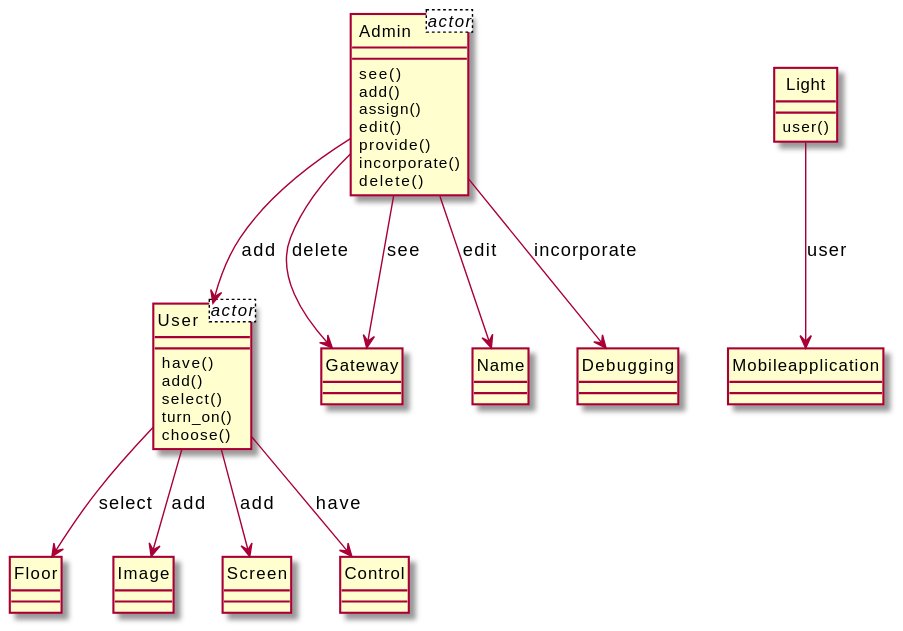
The PlantUML diagram output/diagram_5/2014-USC-Project13.svg in xixixhalu/DomainModelExtractor, before a commit.
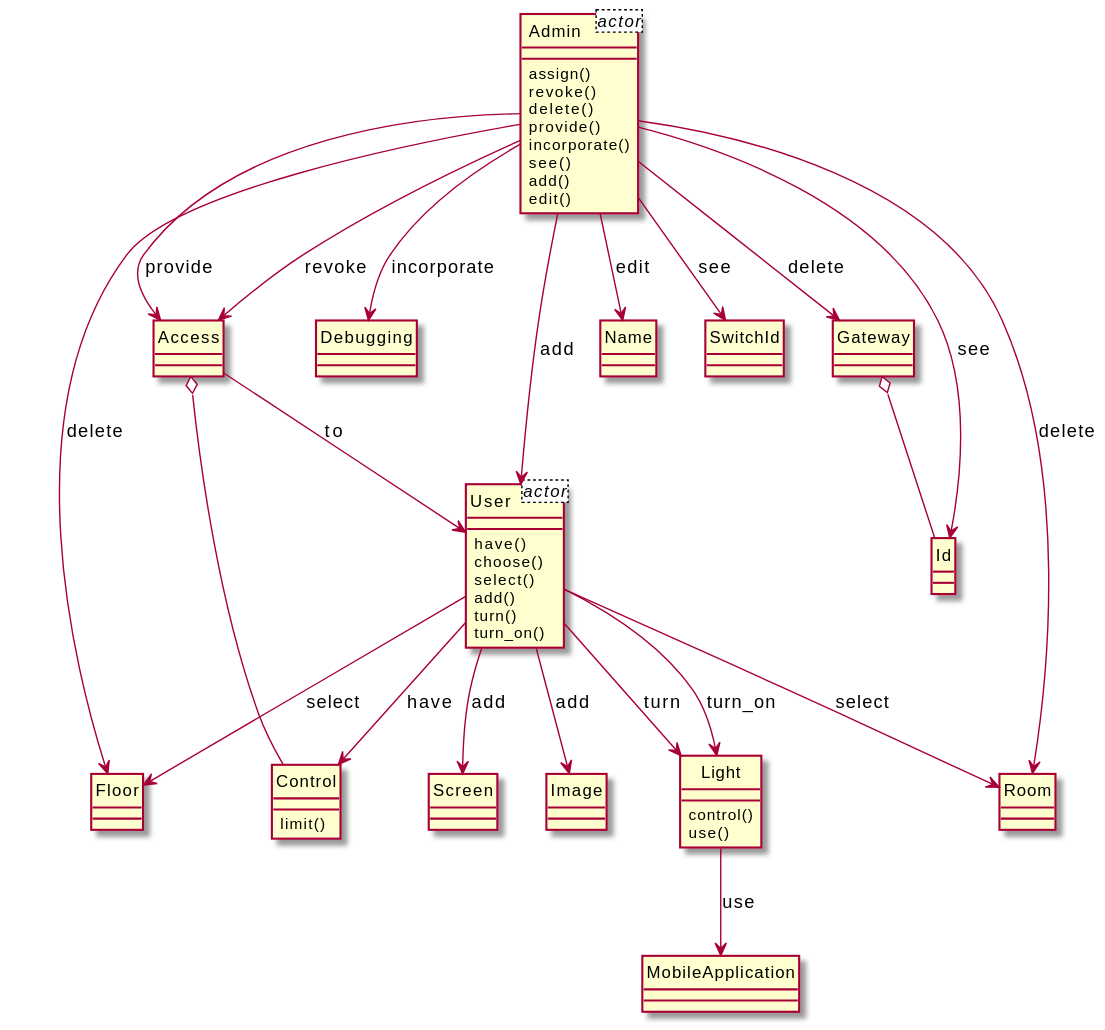
Later version of the same file.

The edit, as a diff of the source:
```diff
@@ -4,49 +4,72 @@
 }
 class User<actor> {
 }
+class Id {
+}
 class User {
 	have()
+	choose()
+	select()
 	add()
-	select()
+	turn()
 	turn_on()
-	choose()
+}
+class Control {
+	limit()
 }
 class Admin {
+	assign()
+	revoke()
+	delete()
+	provide()
+	incorporate()
 	see()
 	add()
-	assign()
 	edit()
-	provide()
-	incorporate()
-	delete()
+}
+class Debugging {
+}
+class Room {
+}
+class Name {
+}
+class Image {
+}
+class SwitchId {
+}
+class Light {
+	control()
+	use()
+}
+class MobileApplication {
+}
+class Access {
 }
 class Gateway {
 }
 class Floor {
 }
-class Name {
-}
-class Image {
-}
-class Light {
-	user()
-}
-class Mobileapplication {
-}
 class Screen {
 }
-class Control {
-}
-class Debugging {
-}
+Access --> User : to
+Access o-- Control
+Admin --> Debugging : incorporate
+Admin --> Room : delete
+Admin --> User : add
+Admin --> Access : provide
+Admin --> Id : see
+Admin --> Name : edit
+User --> Image : add
+Light --> MobileApplication : use
+User --> Room : select
+User --> Light : turn
+User --> Light : turn_on
+Admin --> Gateway : delete
+User --> Floor : select
+Admin --> Floor : delete
 User --> Screen : add
-User --> Image : add
-User --> Floor : select
-Admin --> User : add
-Admin --> Debugging : incorporate
-Admin --> Gateway : delete
+Gateway o-- Id
 User --> Control : have
-Light --> Mobileapplication : user
-Admin --> Name : edit
-Admin --> Gateway : see
+Admin --> Access : revoke
+Admin --> SwitchId : see
 @enduml
```
